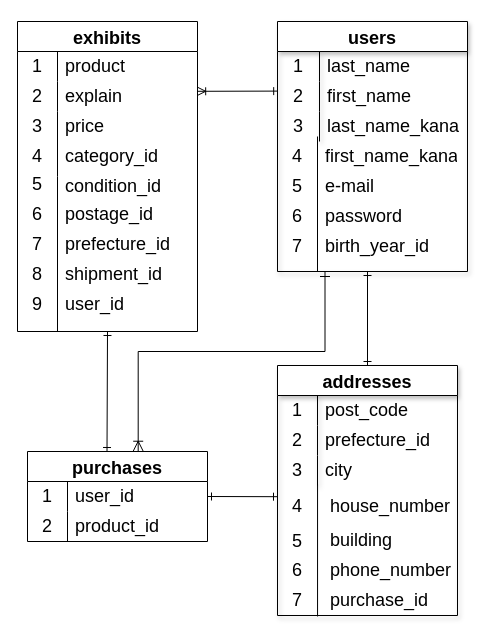
Before: furima.dio in erikkoli/furima-39192, a draw.io diagram. Source tidied: cells renumbered, new cells numbered last; positions are measured from the earlier drawing's top-left corner, leaving out a move shared by most shapes. Both pictures are drawn from the tidied source at 100%, with x=0, y=0 at pixel (-21, 21).
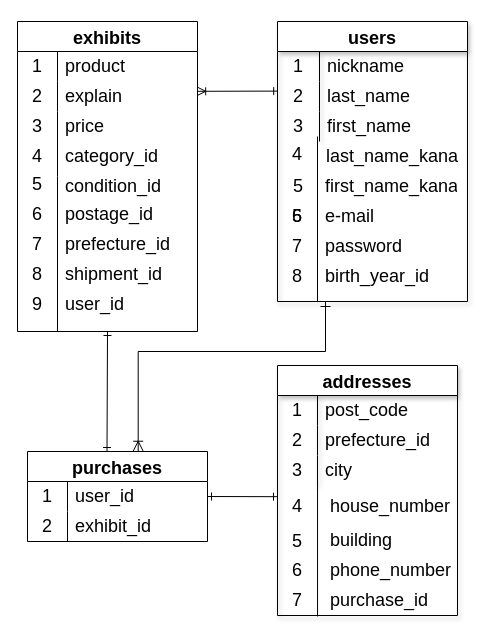
The same page after the edit.

Commit message (it also covers changes not shown here):
ER図とREADMEの記述修正③

Unchanged cells that the change refers to:
```xml
<mxCell id="14" style="shape=tableRow;horizontal=0;startSize=0;swimlaneHead=0;swimlaneBody=0;top=0;left=0;bottom=0;right=0;fillColor=none;fontSize=18;" parent="13" vertex="1">
  <mxGeometry y="30" width="190" height="30" as="geometry" />
</mxCell>
<mxCell id="17" style="shape=tableRow;horizontal=0;startSize=0;swimlaneHead=0;swimlaneBody=0;top=0;left=0;bottom=0;right=0;fillColor=none;points=[[0,0.5],[1,0.5]];portConstraint=eastwest;fontSize=18;" parent="13" vertex="1">
  <mxGeometry y="60" width="190" height="30" as="geometry" />
</mxCell>
<mxCell id="20" style="shape=tableRow;horizontal=0;startSize=0;swimlaneHead=0;swimlaneBody=0;top=0;left=0;bottom=0;right=0;fillColor=none;fontSize=18;" parent="13" vertex="1">
  <mxGeometry y="90" width="190" height="30" as="geometry" />
</mxCell>
<mxCell id="23" style="shape=tableRow;horizontal=0;startSize=0;swimlaneHead=0;swimlaneBody=0;top=0;left=0;bottom=0;right=0;fillColor=none;fontSize=18;" parent="1" vertex="1">
  <mxGeometry x="298" y="130" width="180" height="30" as="geometry" />
</mxCell>
<mxCell id="29" style="shape=tableRow;horizontal=0;startSize=0;swimlaneHead=0;swimlaneBody=0;top=0;left=0;bottom=0;right=0;fillColor=none;fontSize=18;" parent="1" vertex="1">
  <mxGeometry x="298" y="190" width="180" height="30" as="geometry" />
</mxCell>
<mxCell id="45" value="purchases" style="shape=table;startSize=30;childLayout=tableLayout;rowLines=0;fontStyle=1;strokeWidth=1;fontSize=18;" parent="1" vertex="1">
  <mxGeometry x="48" y="430" width="180" height="90" as="geometry" />
</mxCell>
<mxCell id="49" style="shape=tableRow;horizontal=0;startSize=0;swimlaneHead=0;swimlaneBody=0;top=0;left=0;bottom=0;right=0;fillColor=none;strokeWidth=1;" parent="45" vertex="1">
  <mxGeometry y="60" width="180" height="30" as="geometry" />
</mxCell>
<mxCell id="70" value="addresses" style="shape=table;startSize=30;childLayout=tableLayout;rowLines=0;fontStyle=1;fontSize=18;shadow=1;" parent="1" vertex="1">
  <mxGeometry x="298" y="344" width="180" height="250" as="geometry" />
</mxCell>
```

The edit, as a diff of the source:
```diff
@@
     <mxCell id="13" value="users" style="shape=table;startSize=30;childLayout=tableLayout;rowLines=0;fontStyle=1;fontSize=18;shadow=1;" parent="1" vertex="1">
-      <mxGeometry x="298" width="190" height="250" as="geometry" />
+      <mxGeometry x="298" width="190" height="280" as="geometry" />
     </mxCell>
@@
-    <mxCell id="16" value="last_name" style="shape=partialRectangle;html=1;whiteSpace=wrap;fillColor=none;top=0;left=0;bottom=0;right=0;align=left;spacingLeft=6;overflow=hidden;fontSize=18;" parent="14" vertex="1">
+    <mxCell id="16" value="nickname" style="shape=partialRectangle;html=1;whiteSpace=wrap;fillColor=none;top=0;left=0;bottom=0;right=0;align=left;spacingLeft=6;overflow=hidden;fontSize=18;" parent="14" vertex="1">
       <mxGeometry x="42" width="148" height="30" as="geometry" />
     </mxCell>
@@
-    <mxCell id="19" value="first_name" style="shape=partialRectangle;html=1;whiteSpace=wrap;fillColor=none;top=0;left=0;bottom=0;right=0;align=left;spacingLeft=6;overflow=hidden;fontSize=18;" parent="17" vertex="1">
+    <mxCell id="19" value="last_name" style="shape=partialRectangle;html=1;whiteSpace=wrap;fillColor=none;top=0;left=0;bottom=0;right=0;align=left;spacingLeft=6;overflow=hidden;fontSize=18;" parent="17" vertex="1">
       <mxGeometry x="42" width="148" height="30" as="geometry" />
     </mxCell>
@@
-    <mxCell id="22" value="last_name_kana" style="shape=partialRectangle;html=1;whiteSpace=wrap;fillColor=none;top=0;left=0;bottom=0;right=0;align=left;spacingLeft=6;overflow=hidden;fontSize=18;" parent="20" vertex="1">
+    <mxCell id="22" value="first_name" style="shape=partialRectangle;html=1;whiteSpace=wrap;fillColor=none;top=0;left=0;bottom=0;right=0;align=left;spacingLeft=6;overflow=hidden;fontSize=18;" parent="20" vertex="1">
       <mxGeometry x="42" width="148" height="30" as="geometry" />
     </mxCell>
@@
-    <mxCell id="24" value="4" style="shape=partialRectangle;html=1;whiteSpace=wrap;fillColor=none;top=0;left=0;bottom=0;right=0;overflow=hidden;fontSize=18;strokeColor=#F0F0F0;" parent="23" vertex="1">
-      <mxGeometry y="-10" width="40" height="30" as="geometry" />
-    </mxCell>
@@
     <mxCell id="26" style="shape=tableRow;horizontal=0;startSize=0;swimlaneHead=0;swimlaneBody=0;top=0;left=0;bottom=0;right=0;fillColor=none;fontSize=18;" parent="1" vertex="1">
-      <mxGeometry x="298" y="160" width="180" height="30" as="geometry" />
+      <mxGeometry x="298" y="190" width="180" height="30" as="geometry" />
     </mxCell>
@@
-    <mxCell id="31" value="password" style="shape=partialRectangle;html=1;whiteSpace=wrap;fillColor=none;top=0;left=0;bottom=0;right=0;align=left;spacingLeft=6;overflow=hidden;fontSize=18;" parent="29" vertex="1">
-      <mxGeometry x="40" y="-10" width="140" height="30" as="geometry" />
-    </mxCell>
@@
     <mxCell id="33" value="first_name_kana" style="shape=partialRectangle;html=1;whiteSpace=wrap;fillColor=none;top=0;left=0;bottom=0;right=0;align=left;spacingLeft=6;overflow=hidden;fontSize=18;" parent="1" vertex="1">
-      <mxGeometry x="338" y="120" width="140" height="30" as="geometry" />
+      <mxGeometry x="338" y="150" width="140" height="30" as="geometry" />
     </mxCell>
@@
-    <mxCell id="51" value="product_id" style="shape=partialRectangle;html=1;whiteSpace=wrap;fillColor=none;top=0;left=0;bottom=0;right=0;align=left;spacingLeft=6;overflow=hidden;strokeWidth=1;fontSize=18;" parent="49" vertex="1">
+    <mxCell id="51" value="exhibit_id" style="shape=partialRectangle;html=1;whiteSpace=wrap;fillColor=none;top=0;left=0;bottom=0;right=0;align=left;spacingLeft=6;overflow=hidden;strokeWidth=1;fontSize=18;" parent="49" vertex="1">
       <mxGeometry x="40" width="140" height="30" as="geometry" />
     </mxCell>
@@
-    <mxCell id="55" style="edgeStyle=segmentEdgeStyle;endArrow=ERoneToMany;html=1;curved=0;rounded=0;endSize=8;startSize=8;fontSize=18;endFill=0;startArrow=ERone;startFill=0;entryX=0.615;entryY=-0.003;entryDx=0;entryDy=0;entryPerimeter=0;exitX=0.25;exitY=1;exitDx=0;exitDy=0;" parent="1" edge="1" source="13" target="45">
+    <mxCell id="55" style="edgeStyle=segmentEdgeStyle;endArrow=ERoneToMany;html=1;curved=0;rounded=0;endSize=8;startSize=8;fontSize=18;endFill=0;startArrow=ERone;startFill=0;entryX=0.615;entryY=-0.003;entryDx=0;entryDy=0;entryPerimeter=0;" parent="1" edge="1" target="45">
       <mxGeometry relative="1" as="geometry">
+        <mxPoint x="346" y="280" as="sourcePoint" />
         <Array as="points">
           <mxPoint x="346" y="330" />
           <mxPoint x="159" y="330" />
         </Array>
       </mxGeometry>
     </mxCell>
@@
     <mxCell id="67" value="birth_year_id" style="shape=partialRectangle;html=1;whiteSpace=wrap;fillColor=none;top=0;left=0;bottom=0;right=0;align=left;spacingLeft=6;overflow=hidden;fontSize=18;" parent="1" vertex="1">
-      <mxGeometry x="338" y="210" width="140" height="30" as="geometry" />
+      <mxGeometry x="338" y="240" width="140" height="30" as="geometry" />
     </mxCell>
     <mxCell id="68" style="line;strokeWidth=1;direction=south;html=1;perimeter=backbonePerimeter;fontSize=18;" parent="1" vertex="1">
-      <mxGeometry x="333" y="115" width="10" height="135" as="geometry" />
+      <mxGeometry x="333" y="115" width="10" height="165" as="geometry" />
     </mxCell>
-    <mxCell id="69" style="edgeStyle=none;html=1;fontSize=13;endArrow=ERone;endFill=0;startArrow=ERone;startFill=0;" parent="1" edge="1" target="70">
-      <mxGeometry relative="1" as="geometry">
-        <mxPoint x="388" y="250" as="sourcePoint" />
-      </mxGeometry>
-    </mxCell>
@@
+    <mxCell id="81" value="8" style="shape=partialRectangle;html=1;whiteSpace=wrap;fillColor=none;top=0;left=0;bottom=0;right=0;overflow=hidden;fontSize=18;" parent="1" vertex="1">
+      <mxGeometry x="298" y="240" width="40" height="30" as="geometry" />
+    </mxCell>
+    <mxCell id="31" value="password" style="shape=partialRectangle;html=1;whiteSpace=wrap;fillColor=none;top=0;left=0;bottom=0;right=0;align=left;spacingLeft=6;overflow=hidden;fontSize=18;" parent="1" vertex="1">
+      <mxGeometry x="338" y="210" width="140" height="30" as="geometry" />
+    </mxCell>
+    <mxCell id="24" value="4" style="shape=partialRectangle;html=1;whiteSpace=wrap;fillColor=none;top=0;left=0;bottom=0;right=0;overflow=hidden;fontSize=18;strokeColor=#F0F0F0;" parent="1" vertex="1">
+      <mxGeometry x="298" y="117.5" width="40" height="30" as="geometry" />
+    </mxCell>
+    <mxCell id="82" value="5" style="shape=partialRectangle;html=1;whiteSpace=wrap;fillColor=none;top=0;left=0;bottom=0;right=0;overflow=hidden;fontSize=18;" parent="1" vertex="1">
+      <mxGeometry x="298" y="150" width="42" height="30" as="geometry" />
+    </mxCell>
+    <mxCell id="83" value="last_name_kana" style="shape=partialRectangle;html=1;whiteSpace=wrap;fillColor=none;top=0;left=0;bottom=0;right=0;align=left;spacingLeft=6;overflow=hidden;fontSize=18;" parent="1" vertex="1">
+      <mxGeometry x="339" y="120" width="148" height="30" as="geometry" />
+    </mxCell>
```
